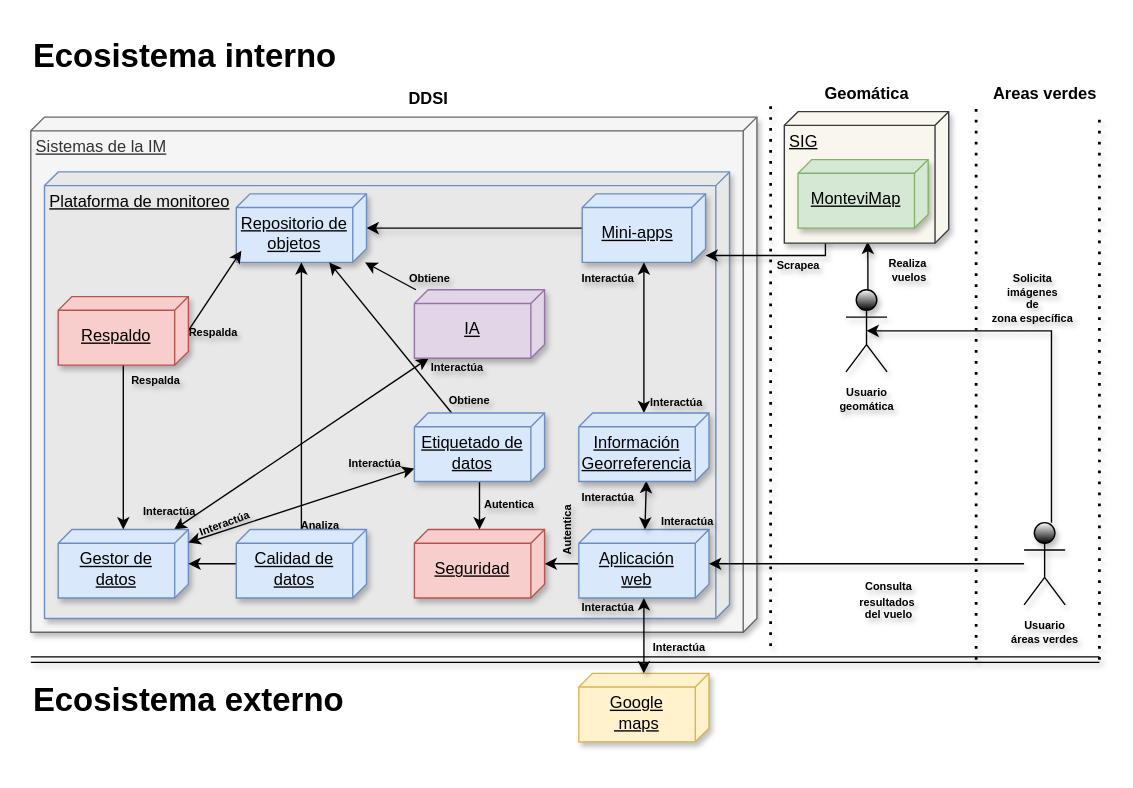
This is page "Diagrama de bloques - Modulos - Final" (1 of 5) of ceia-memoria/memoria/Figures projects/Diagramas gestion de proyectos.drawio from brunomaso1/uba-ceia, a draw.io file, before an edit. Source tidied: cells renumbered, new cells numbered last; positions are measured from the earlier drawing's top-left corner, leaving out a move shared by most shapes. Both pictures are drawn from the tidied source at 137%, with x=0, y=0 at pixel (30, 29).
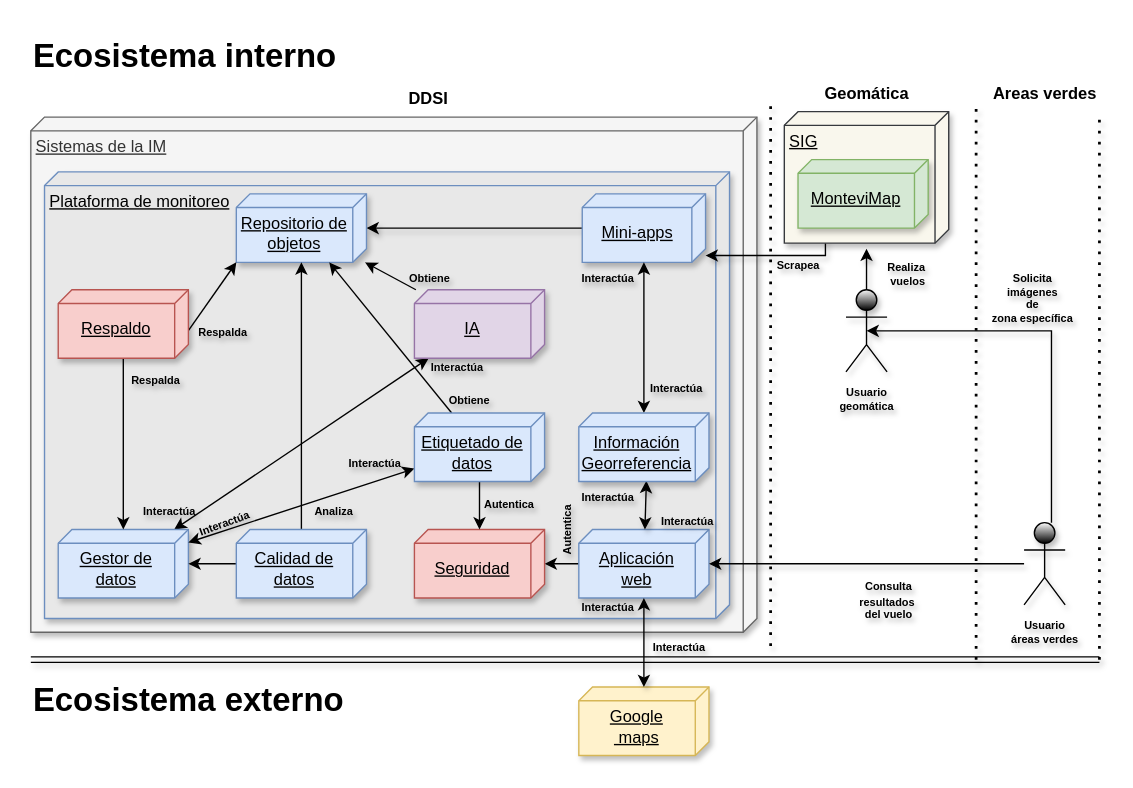
The same diagram, later.

Unchanged cells that the change refers to:
```xml
<mxCell id="5" value="&lt;font style=&quot;font-size: 8px;&quot;&gt;Usuario&lt;/font&gt;&lt;div style=&quot;font-size: 8px;&quot;&gt;&lt;font style=&quot;font-size: 8px;&quot;&gt;geomática&lt;/font&gt;&lt;/div&gt;" style="shape=umlActor;html=1;verticalLabelPosition=bottom;verticalAlign=top;align=center;shadow=1;gradientColor=default;textShadow=1;fontStyle=1;" parent="1" vertex="1">
  <mxGeometry x="595" y="190" width="30" height="60" as="geometry" />
</mxCell>
<mxCell id="21" value="Repositorio de objetos" style="verticalAlign=middle;align=center;spacingTop=8;spacingLeft=2;spacingRight=12;shape=cube;size=10;direction=south;fontStyle=4;html=1;whiteSpace=wrap;shadow=1;fillColor=#dae8fc;strokeColor=#6c8ebf;" parent="1" vertex="1">
  <mxGeometry x="150" y="120" width="95" height="50" as="geometry" />
</mxCell>
<mxCell id="36" value="SIG" style="verticalAlign=top;align=left;spacingTop=8;spacingLeft=2;spacingRight=12;shape=cube;size=10;direction=south;fontStyle=4;html=1;whiteSpace=wrap;shadow=1;fillColor=#f9f7ed;strokeColor=#36393d;" parent="1" vertex="1">
  <mxGeometry x="550" y="60" width="120" height="96" as="geometry" />
</mxCell>
<mxCell id="48" style="rounded=0;jettySize=auto;html=1;" parent="1" edge="1" source="51" target="21">
  <mxGeometry relative="1" as="geometry" />
</mxCell>
```

Change to the diagram source:
```diff
@@
-    <mxCell id="9" style="edgeStyle=orthogonalEdgeStyle;rounded=0;jettySize=auto;html=1;entryX=0.988;entryY=0.493;entryDx=0;entryDy=0;entryPerimeter=0;shadow=1;" parent="1" edge="1" source="5" target="36">
+    <mxCell id="9" style="edgeStyle=orthogonalEdgeStyle;rounded=0;jettySize=auto;html=1;shadow=1;" parent="1" edge="1" source="5">
       <mxGeometry relative="1" as="geometry">
+        <mxPoint x="610" y="160" as="targetPoint" />
         <Array as="points">
-          <mxPoint x="611" y="170" />
-          <mxPoint x="611" y="170" />
+          <mxPoint x="610" y="180" />
         </Array>
       </mxGeometry>
     </mxCell>
@@
     <mxCell id="11" value="Google&lt;div&gt;&amp;nbsp;maps&lt;/div&gt;" style="verticalAlign=middle;align=center;spacingTop=8;spacingLeft=2;spacingRight=12;shape=cube;size=10;direction=south;fontStyle=4;html=1;whiteSpace=wrap;shadow=1;fillColor=#fff2cc;strokeColor=#d6b656;" parent="1" vertex="1">
-      <mxGeometry x="400" y="470" width="95" height="50" as="geometry" />
+      <mxGeometry x="400" y="480" width="95" height="50" as="geometry" />
     </mxCell>
@@
-    <mxCell id="40" style="rounded=0;jettySize=auto;html=1;entryX=0.83;entryY=0.961;entryDx=0;entryDy=0;entryPerimeter=0;" parent="1" edge="1" target="21">
+    <mxCell id="40" style="rounded=0;orthogonalLoop=1;jettySize=auto;html=1;" parent="1" edge="1">
       <mxGeometry relative="1" as="geometry">
         <mxPoint x="115" y="219.9" as="sourcePoint" />
+        <mxPoint x="150" y="170" as="targetPoint" />
       </mxGeometry>
     </mxCell>
     <mxCell id="41" value="Respalda" style="edgeLabel;html=1;align=center;verticalAlign=middle;fontSize=8;labelBackgroundColor=none;labelBorderColor=none;textShadow=1;rotation=0;fontStyle=1;" parent="40" vertex="1">
       <mxGeometry x="0.32" relative="1" as="geometry">
-        <mxPoint x="-8" y="39" as="offset" />
+        <mxPoint x="2" y="33" as="offset" />
       </mxGeometry>
     </mxCell>
     <mxCell id="42" value="Respaldo" style="verticalAlign=middle;align=center;spacingTop=8;spacingLeft=2;spacingRight=12;shape=cube;size=10;direction=south;fontStyle=4;html=1;whiteSpace=wrap;shadow=1;fillColor=#f8cecc;strokeColor=#b85450;" parent="1" vertex="1">
-      <mxGeometry x="20" y="195" width="95" height="50" as="geometry" />
+      <mxGeometry x="20" y="190" width="95" height="50" as="geometry" />
     </mxCell>
@@
     <mxCell id="49" value="&lt;font style=&quot;font-size: 8px;&quot;&gt;Analiza&lt;/font&gt;" style="edgeLabel;html=1;align=center;verticalAlign=middle;labelBackgroundColor=none;textShadow=1;fontStyle=1;" parent="48" vertex="1">
       <mxGeometry x="0.66" relative="1" as="geometry">
-        <mxPoint x="13" y="157" as="offset" />
+        <mxPoint x="23" y="147" as="offset" />
       </mxGeometry>
     </mxCell>
@@
     <mxCell id="60" value="&lt;font style=&quot;font-size: 8px;&quot;&gt;Interactúa&lt;/font&gt;" style="edgeLabel;html=1;align=center;verticalAlign=middle;textShadow=1;labelBackgroundColor=none;fontStyle=1;" parent="1" vertex="1">
-      <mxGeometry x="470" y="270" as="geometry" />
+      <mxGeometry x="470" y="260" as="geometry" />
     </mxCell>
```
